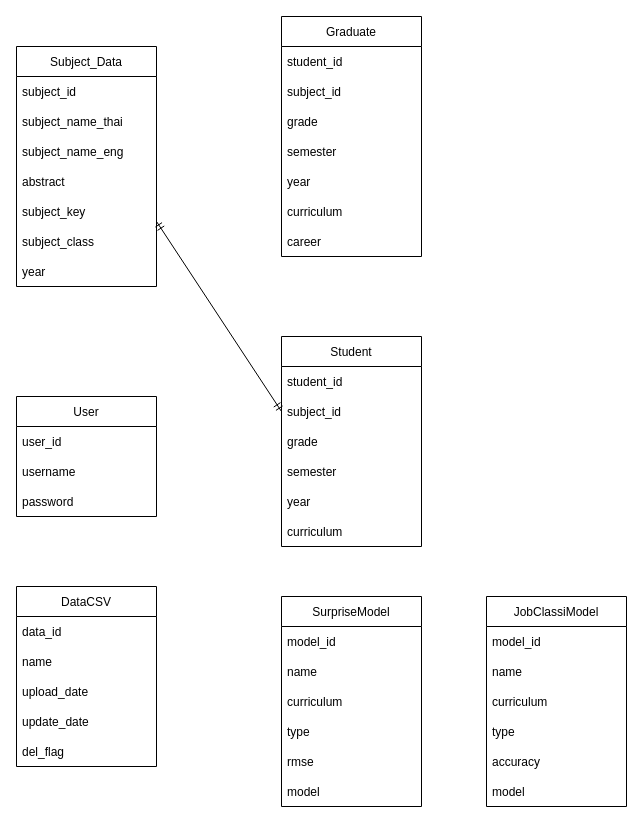
This is Design_Architecture/Dataschema.drawio from MashMaleLLO/Analytics_and_Prediction_System_for_CE_Curriculum_administrators, a draw.io file, before an edit. Source tidied: cells renumbered, new cells numbered last; positions are measured from the earlier drawing's top-left corner, leaving out a move shared by most shapes. Both pictures are drawn from the tidied source at 100%, with x=0, y=0 at pixel (16, 16).
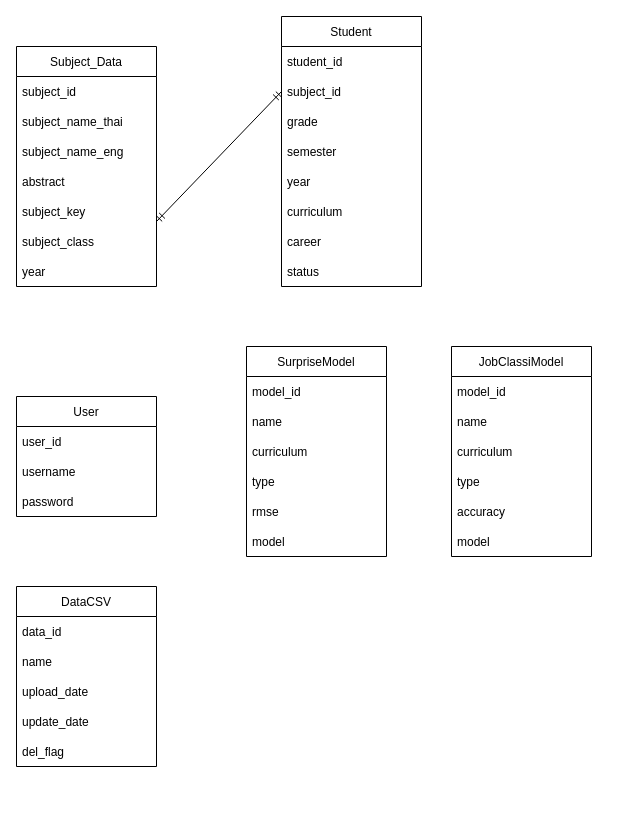
Above is the later version.

Unchanged cells that the change refers to:
```xml
<mxCell id="16" value="subject_id" style="text;strokeColor=none;fillColor=none;align=left;verticalAlign=middle;spacingLeft=4;spacingRight=4;overflow=hidden;points=[[0,0.5],[1,0.5]];portConstraint=eastwest;" parent="14" vertex="1">
  <mxGeometry y="60" width="140" height="30" as="geometry" />
</mxCell>
```

The edit, as a diff of the source:
```diff
@@
-    <mxCell id="14" value="Graduate" style="swimlane;fontStyle=0;horizontal=1;startSize=30;" parent="1" vertex="1">
-      <mxGeometry x="265" width="140" height="240" as="geometry" />
+    <mxCell id="14" value="Student" style="swimlane;fontStyle=0;horizontal=1;startSize=30;" parent="1" vertex="1">
+      <mxGeometry x="265" width="140" height="270" as="geometry" />
     </mxCell>
@@
+    <mxCell id="50" value="status" style="text;strokeColor=none;fillColor=none;align=left;verticalAlign=middle;spacingLeft=4;spacingRight=4;overflow=hidden;" parent="14" vertex="1">
+      <mxGeometry y="240" width="140" height="30" as="geometry" />
+    </mxCell>
@@
-    <mxCell id="28" value="Student" style="swimlane;fontStyle=0;horizontal=1;startSize=30;" parent="1" vertex="1">
-      <mxGeometry x="265" y="320" width="140" height="210" as="geometry" />
-    </mxCell>
-    <mxCell id="29" value="student_id" style="text;strokeColor=none;fillColor=none;align=left;verticalAlign=middle;spacingLeft=4;spacingRight=4;overflow=hidden;" parent="28" vertex="1">
-      <mxGeometry y="30" width="140" height="30" as="geometry" />
-    </mxCell>
-    <mxCell id="30" value="subject_id" style="text;strokeColor=none;fillColor=none;align=left;verticalAlign=middle;spacingLeft=4;spacingRight=4;overflow=hidden;points=[[0,0.5],[1,0.5]];portConstraint=eastwest;" parent="28" vertex="1">
-      <mxGeometry y="60" width="140" height="30" as="geometry" />
-    </mxCell>
-    <mxCell id="31" value="grade" style="text;strokeColor=none;fillColor=none;align=left;verticalAlign=middle;spacingLeft=4;spacingRight=4;overflow=hidden;" parent="28" vertex="1">
-      <mxGeometry y="90" width="140" height="30" as="geometry" />
-    </mxCell>
-    <mxCell id="32" value="semester" style="text;strokeColor=none;fillColor=none;align=left;verticalAlign=middle;spacingLeft=4;spacingRight=4;overflow=hidden;" parent="28" vertex="1">
-      <mxGeometry y="120" width="140" height="30" as="geometry" />
-    </mxCell>
-    <mxCell id="33" value="year" style="text;strokeColor=none;fillColor=none;align=left;verticalAlign=middle;spacingLeft=4;spacingRight=4;overflow=hidden;" parent="28" vertex="1">
-      <mxGeometry y="150" width="140" height="30" as="geometry" />
-    </mxCell>
-    <mxCell id="34" value="curriculum" style="text;strokeColor=none;fillColor=none;align=left;verticalAlign=middle;spacingLeft=4;spacingRight=4;overflow=hidden;" parent="28" vertex="1">
-      <mxGeometry y="180" width="140" height="30" as="geometry" />
-    </mxCell>
-    <mxCell id="35" style="fontSize=12;html=1;endArrow=ERmandOne;startArrow=ERmandOne;rounded=0;exitX=0;exitY=0.5;exitDx=0;exitDy=0;" parent="1" edge="1" source="30">
+    <mxCell id="35" style="fontSize=12;html=1;endArrow=ERmandOne;startArrow=ERmandOne;rounded=0;exitX=0;exitY=0.5;exitDx=0;exitDy=0;" parent="1" edge="1" source="16">
       <mxGeometry relative="1" as="geometry">
         <mxPoint x="140" y="205" as="targetPoint" />
       </mxGeometry>
     </mxCell>
     <mxCell id="36" value="SurpriseModel" style="swimlane;fontStyle=0;horizontal=1;startSize=30;" parent="1" vertex="1">
-      <mxGeometry x="265" y="580" width="140" height="210" as="geometry" />
+      <mxGeometry x="230" y="330" width="140" height="210" as="geometry" />
     </mxCell>
@@
     <mxCell id="43" value="JobClassiModel" style="swimlane;fontStyle=0;horizontal=1;startSize=30;" parent="1" vertex="1">
-      <mxGeometry x="470" y="580" width="140" height="210" as="geometry" />
+      <mxGeometry x="435" y="330" width="140" height="210" as="geometry" />
     </mxCell>
```
